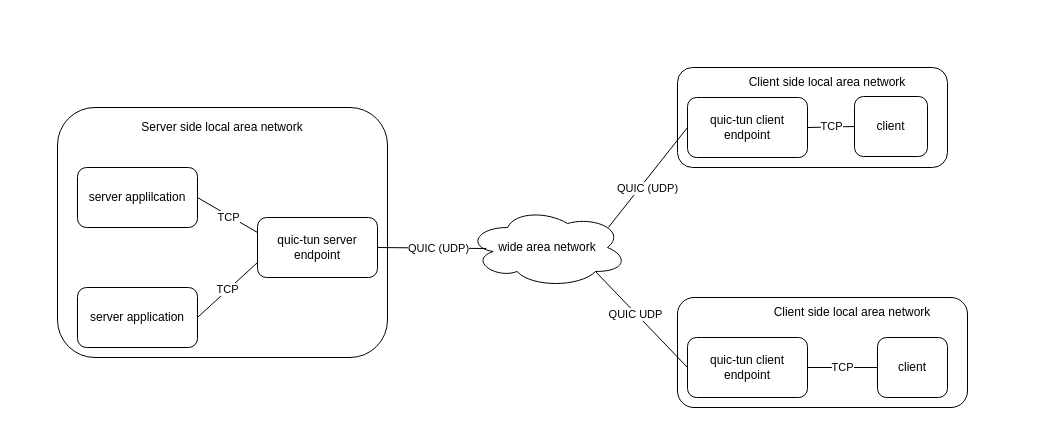
Earlier version of the draw.io diagram pictures/Untitled Diagram.drawio (jeffyjf/drawio). Source tidied: cells renumbered, new cells numbered last; positions are measured from the earlier drawing's top-left corner, leaving out a move shared by most shapes. Both pictures are drawn from the tidied source at 100%, with x=0, y=0 at pixel (57, 67).
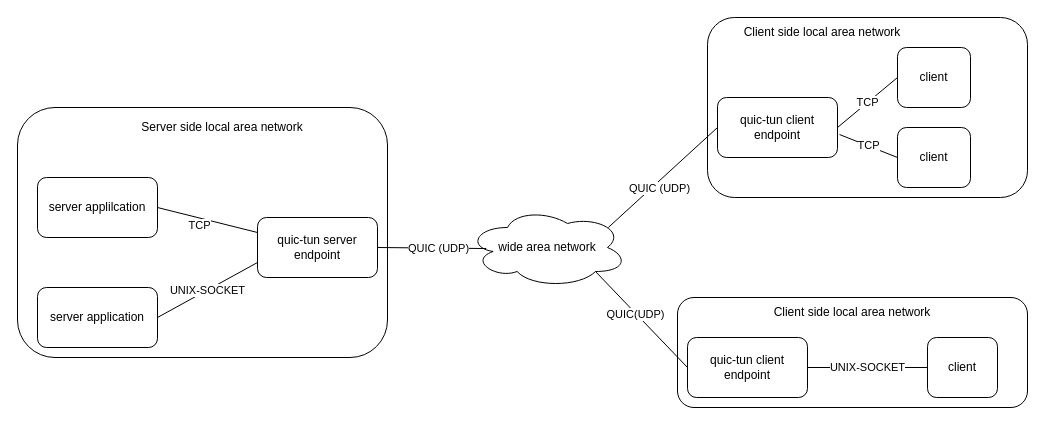
The same page after the edit.

Unchanged cells that the change refers to:
```xml
<mxCell id="4" value="quic-tun server endpoint" style="rounded=1;whiteSpace=wrap;html=1;" parent="1" vertex="1">
  <mxGeometry x="200" y="150" width="120" height="60" as="geometry" />
</mxCell>
<mxCell id="12" value="quic-tun client endpoint" style="rounded=1;whiteSpace=wrap;html=1;" parent="1" vertex="1">
  <mxGeometry x="630" y="270" width="120" height="60" as="geometry" />
</mxCell>
<mxCell id="15" style="endArrow=none;html=1;strokeColor=default;exitX=0.8;exitY=0.8;exitDx=0;exitDy=0;entryX=0;entryY=0.5;entryDx=0;entryDy=0;exitPerimeter=0;" parent="1" edge="1" source="17" target="12">
  <mxGeometry relative="1" as="geometry" />
</mxCell>
```

The edit, as a diff of the source:
```diff
@@
     <mxCell id="2" value="server applilcation" style="rounded=1;whiteSpace=wrap;html=1;" parent="1" vertex="1">
-      <mxGeometry x="20" y="100" width="120" height="60" as="geometry" />
+      <mxGeometry x="-20" y="110" width="120" height="60" as="geometry" />
     </mxCell>
     <mxCell id="3" value="server application" style="rounded=1;whiteSpace=wrap;html=1;" parent="1" vertex="1">
-      <mxGeometry x="20" y="220" width="120" height="60" as="geometry" />
+      <mxGeometry x="-20" y="220" width="120" height="60" as="geometry" />
     </mxCell>
@@
-    <mxCell id="5" value="TCP" style="endArrow=none;html=1;strokeColor=default;exitX=1;exitY=0.5;exitDx=0;exitDy=0;entryX=0;entryY=0.75;entryDx=0;entryDy=0;" parent="1" edge="1" source="3" target="4">
+    <mxCell id="5" value="UNIX-SOCKET" style="endArrow=none;html=1;strokeColor=default;exitX=1;exitY=0.5;exitDx=0;exitDy=0;entryX=0;entryY=0.75;entryDx=0;entryDy=0;" parent="1" edge="1" source="3" target="4">
       <mxGeometry relative="1" as="geometry" />
     </mxCell>
@@
     <mxCell id="8" value="quic-tun client endpoint" style="rounded=1;whiteSpace=wrap;html=1;" parent="1" vertex="1">
-      <mxGeometry x="630" y="30" width="120" height="60" as="geometry" />
+      <mxGeometry x="660" y="30" width="120" height="60" as="geometry" />
     </mxCell>
     <mxCell id="9" value="client" style="rounded=1;whiteSpace=wrap;html=1;" parent="1" vertex="1">
-      <mxGeometry x="797" y="29" width="73" height="60" as="geometry" />
+      <mxGeometry x="840" y="-20" width="73" height="60" as="geometry" />
     </mxCell>
@@
     <mxCell id="13" value="client" style="rounded=1;whiteSpace=wrap;html=1;" parent="1" vertex="1">
-      <mxGeometry x="820" y="270" width="70" height="60" as="geometry" />
+      <mxGeometry x="870" y="270" width="70" height="60" as="geometry" />
     </mxCell>
-    <mxCell id="14" value="TCP" style="endArrow=none;html=1;strokeColor=default;entryX=0;entryY=0.5;entryDx=0;entryDy=0;exitX=1;exitY=0.5;exitDx=0;exitDy=0;" parent="1" edge="1" source="12" target="13">
+    <mxCell id="14" value="UNIX-SOCKET" style="endArrow=none;html=1;strokeColor=default;entryX=0;entryY=0.5;entryDx=0;entryDy=0;exitX=1;exitY=0.5;exitDx=0;exitDy=0;" parent="1" edge="1" source="12" target="13">
       <mxGeometry relative="1" as="geometry" />
     </mxCell>
@@
-    <mxCell id="16" value="QUIC UDP" style="edgeLabel;html=1;align=center;verticalAlign=middle;" parent="15" vertex="1">
+    <mxCell id="16" value="QUIC(UDP)" style="edgeLabel;html=1;align=center;verticalAlign=middle;" parent="15" vertex="1">
       <mxGeometry x="-0.13" y="-1" relative="1" as="geometry" />
     </mxCell>
@@
     <mxCell id="20" style="rounded=1;whiteSpace=wrap;html=1;fillColor=none;" parent="1" vertex="1">
-      <mxGeometry y="40" width="330" height="250" as="geometry" />
+      <mxGeometry x="-40" y="40" width="370" height="250" as="geometry" />
     </mxCell>
@@
     <mxCell id="22" style="rounded=1;whiteSpace=wrap;html=1;fillColor=none;" parent="1" vertex="1">
-      <mxGeometry x="620" width="270" height="100" as="geometry" />
+      <mxGeometry x="650" y="-50" width="320" height="180" as="geometry" />
     </mxCell>
     <mxCell id="23" style="rounded=1;whiteSpace=wrap;html=1;fillColor=none;" parent="1" vertex="1">
-      <mxGeometry x="620" y="230" width="290" height="110" as="geometry" />
+      <mxGeometry x="620" y="230" width="350" height="110" as="geometry" />
     </mxCell>
     <mxCell id="24" value="Client side local area network" style="text;html=1;strokeColor=none;fillColor=none;align=center;verticalAlign=middle;whiteSpace=wrap;rounded=0;" parent="1" vertex="1">
-      <mxGeometry x="685" width="170" height="30" as="geometry" />
+      <mxGeometry x="680" y="-50" width="170" height="30" as="geometry" />
     </mxCell>
@@
+    <mxCell id="26" value="client" style="rounded=1;whiteSpace=wrap;html=1;" parent="1" vertex="1">
+      <mxGeometry x="840" y="60" width="73" height="60" as="geometry" />
+    </mxCell>
+    <mxCell id="27" value="TCP" style="endArrow=none;html=1;rounded=0;entryX=0;entryY=0.5;entryDx=0;entryDy=0;exitX=1.017;exitY=0.617;exitDx=0;exitDy=0;exitPerimeter=0;" parent="1" edge="1" source="8" target="26">
+      <mxGeometry relative="1" as="geometry" />
+    </mxCell>
```
